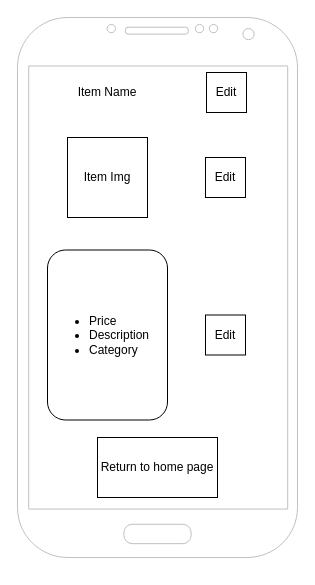
MV-SWE-Gang/inventory-app keeps this draw.io diagram as page "Edit item" (3 of 4) of public/draft.drawio. Above is the earlier version. Source tidied: cells renumbered, new cells numbered last; positions are measured from the earlier drawing's top-left corner, leaving out a move shared by most shapes. Both pictures are drawn from the tidied source at 100%, with x=0, y=0 at pixel (17, 17).
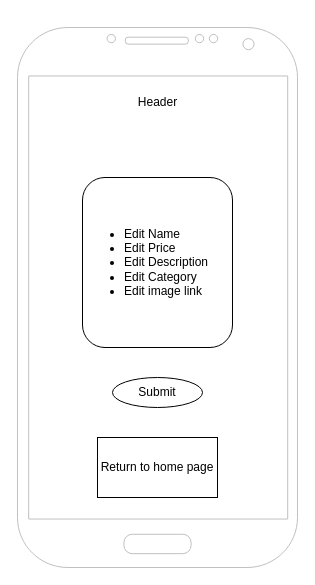
Above is the later version.

What changed in the source:
```diff
@@
 <mxGraphModel>
   <root>
     <mxCell id="0" />
     <mxCell id="1" parent="0" />
-    <mxCell id="2" style="verticalLabelPosition=bottom;verticalAlign=top;html=1;shadow=0;dashed=0;strokeWidth=1;shape=mxgraph.android.phone2;strokeColor=#c0c0c0;" parent="1" vertex="1">
-      <mxGeometry width="280" height="540" as="geometry" />
-    </mxCell>
-    <mxCell id="3" value="Item Img" style="whiteSpace=wrap;html=1;" parent="1" vertex="1">
-      <mxGeometry x="50" y="120" width="80" height="80" as="geometry" />
-    </mxCell>
-    <mxCell id="4" value="Item Name" style="text;html=1;strokeColor=none;fillColor=none;align=center;verticalAlign=middle;whiteSpace=wrap;rounded=0;" parent="1" vertex="1">
-      <mxGeometry x="55" y="60" width="70" height="30" as="geometry" />
-    </mxCell>
-    <mxCell id="5" value="&lt;ul&gt;&lt;li&gt;Price&lt;/li&gt;&lt;li&gt;Description&lt;/li&gt;&lt;li&gt;Category&lt;/li&gt;&lt;/ul&gt;" style="rounded=1;whiteSpace=wrap;html=1;align=left;" parent="1" vertex="1">
-      <mxGeometry x="30" y="232.5" width="120" height="170" as="geometry" />
-    </mxCell>
+    <mxCell id="10" style="verticalLabelPosition=bottom;verticalAlign=top;html=1;shadow=0;dashed=0;strokeWidth=1;shape=mxgraph.android.phone2;strokeColor=#c0c0c0;" parent="1" vertex="1">
+      <mxGeometry y="10" width="280" height="540" as="geometry" />
+    </mxCell>
+    <mxCell id="11" value="Header" style="text;html=1;strokeColor=none;fillColor=none;align=center;verticalAlign=middle;whiteSpace=wrap;rounded=0;" parent="1" vertex="1">
+      <mxGeometry x="87.5" y="70" width="105" height="30" as="geometry" />
+    </mxCell>
+    <mxCell id="12" value="&lt;ul&gt;&lt;li&gt;Edit Name&lt;/li&gt;&lt;li&gt;Edit Price&lt;/li&gt;&lt;li&gt;Edit Description&lt;/li&gt;&lt;li&gt;Edit Category&lt;/li&gt;&lt;li&gt;Edit image link&lt;/li&gt;&lt;/ul&gt;" style="rounded=1;whiteSpace=wrap;html=1;align=left;" parent="1" vertex="1">
+      <mxGeometry x="65" y="160" width="150" height="170" as="geometry" />
+    </mxCell>
     <mxCell id="6" value="Return to home page" style="rounded=0;whiteSpace=wrap;html=1;" parent="1" vertex="1">
       <mxGeometry x="80" y="420" width="120" height="60" as="geometry" />
     </mxCell>
-    <mxCell id="7" value="Edit" style="whiteSpace=wrap;html=1;" parent="1" vertex="1">
-      <mxGeometry x="189" y="55" width="40" height="40" as="geometry" />
-    </mxCell>
-    <mxCell id="8" value="Edit" style="whiteSpace=wrap;html=1;" parent="1" vertex="1">
-      <mxGeometry x="188" y="297.5" width="40" height="40" as="geometry" />
-    </mxCell>
-    <mxCell id="9" value="Edit" style="whiteSpace=wrap;html=1;" parent="1" vertex="1">
-      <mxGeometry x="188" y="140" width="40" height="40" as="geometry" />
-    </mxCell>
+    <mxCell id="13" value="Submit" style="ellipse;whiteSpace=wrap;html=1;" parent="1" vertex="1">
+      <mxGeometry x="95" y="360" width="90" height="30" as="geometry" />
+    </mxCell>
   </root>
 </mxGraphModel>
```
